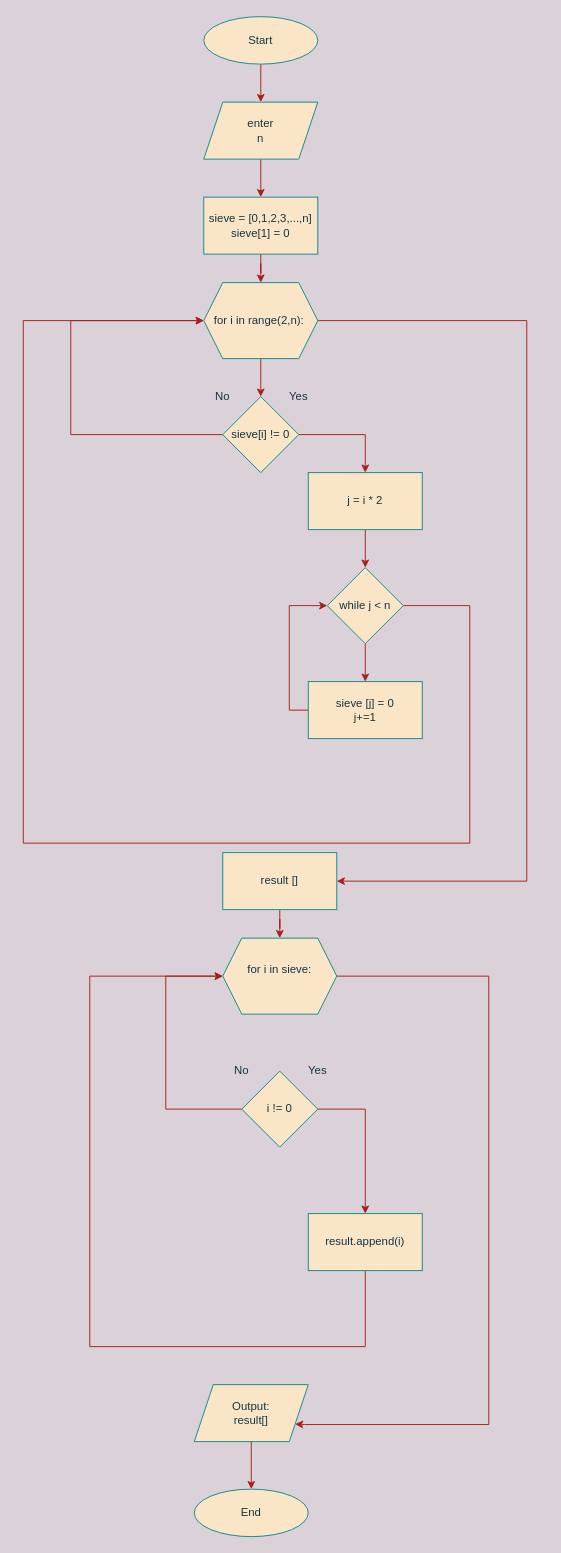
The draw.io diagram page "DZ5" (5 of 9) of Learning-Python/Algorithms-Data Structures/LoopsRecurtionsFunctions/Homework/DZ.drawio in IgnatikVodichka/Python-Projects, before the edit. Source tidied: cells renumbered, new cells numbered last; positions are measured from the earlier drawing's top-left corner, leaving out a move shared by most shapes. Both pictures are drawn from the tidied source at 95%, with x=0, y=0 at pixel (23, 16).
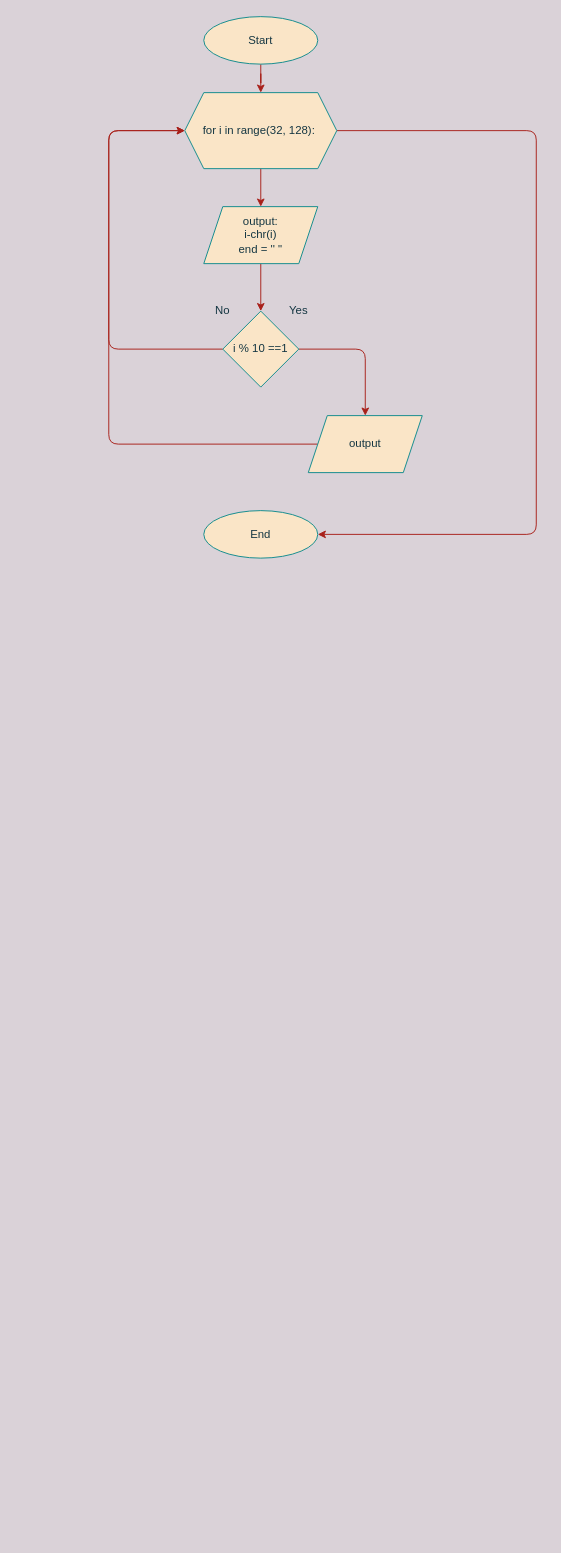
After the change.

Unchanged cells that the change refers to:
```xml
<mxCell id="3" value="Start" style="ellipse;whiteSpace=wrap;html=1;fillColor=#FAE5C7;strokeColor=#0F8B8D;fontColor=#143642;" parent="1" vertex="1">
  <mxGeometry x="190" width="120" height="50" as="geometry" />
</mxCell>
```

Change to the diagram source:
```diff
@@
-    <mxCell id="2" style="edgeStyle=orthogonalEdgeStyle;rounded=0;jettySize=auto;html=1;entryX=0.5;entryY=0;entryDx=0;entryDy=0;labelBackgroundColor=#DAD2D8;strokeColor=#A8201A;fontColor=#143642;" parent="1" edge="1" source="3">
-      <mxGeometry relative="1" as="geometry">
-        <mxPoint x="250" y="90" as="targetPoint" />
-      </mxGeometry>
-    </mxCell>
+    <mxCell id="37" style="edgeStyle=orthogonalEdgeStyle;rounded=0;jettySize=auto;html=1;labelBackgroundColor=#DAD2D8;strokeColor=#A8201A;fontColor=#143642;" parent="1" edge="1" source="3" target="10">
+      <mxGeometry relative="1" as="geometry" />
+    </mxCell>
@@
-    <mxCell id="4" style="edgeStyle=orthogonalEdgeStyle;rounded=0;jettySize=auto;html=1;entryX=0.5;entryY=0;entryDx=0;entryDy=0;labelBackgroundColor=#DAD2D8;strokeColor=#A8201A;fontColor=#143642;" parent="1" edge="1" source="5" target="7">
-      <mxGeometry relative="1" as="geometry" />
-    </mxCell>
+    <mxCell id="38" style="edgeStyle=orthogonalEdgeStyle;curved=0;rounded=1;sketch=0;jettySize=auto;html=1;entryX=0.5;entryY=0;entryDx=0;entryDy=0;strokeColor=#A8201A;fillColor=#FAE5C7;fontColor=#143642;" parent="1" edge="1" source="5" target="13">
+      <mxGeometry relative="1" as="geometry" />
+    </mxCell>
-    <mxCell id="5" value="enter&lt;br&gt;n" style="shape=parallelogram;perimeter=parallelogramPerimeter;whiteSpace=wrap;html=1;fixedSize=1;fillColor=#FAE5C7;strokeColor=#0F8B8D;fontColor=#143642;" parent="1" vertex="1">
-      <mxGeometry x="190" y="90" width="120" height="60" as="geometry" />
+    <mxCell id="5" value="output:&lt;br&gt;i-chr(i)&lt;br&gt;end = '' &quot;" style="shape=parallelogram;perimeter=parallelogramPerimeter;whiteSpace=wrap;html=1;fixedSize=1;fillColor=#FAE5C7;strokeColor=#0F8B8D;fontColor=#143642;" parent="1" vertex="1">
+      <mxGeometry x="190" y="200" width="120" height="60" as="geometry" />
     </mxCell>
-    <mxCell id="6" style="edgeStyle=orthogonalEdgeStyle;rounded=0;jettySize=auto;html=1;entryX=0.5;entryY=0;entryDx=0;entryDy=0;labelBackgroundColor=#DAD2D8;strokeColor=#A8201A;fontColor=#143642;" parent="1" edge="1" source="7" target="10">
-      <mxGeometry relative="1" as="geometry" />
-    </mxCell>
-    <mxCell id="7" value="sieve = [0,1,2,3,...,n]&lt;br&gt;sieve[1] = 0" style="rounded=0;whiteSpace=wrap;html=1;fillColor=#FAE5C7;strokeColor=#0F8B8D;fontColor=#143642;" parent="1" vertex="1">
-      <mxGeometry x="190" y="190" width="120" height="60" as="geometry" />
-    </mxCell>
-    <mxCell id="8" style="edgeStyle=orthogonalEdgeStyle;rounded=0;jettySize=auto;html=1;entryX=0.5;entryY=0;entryDx=0;entryDy=0;labelBackgroundColor=#DAD2D8;strokeColor=#A8201A;fontColor=#143642;" parent="1" edge="1" source="10" target="13">
-      <mxGeometry relative="1" as="geometry" />
-    </mxCell>
-    <mxCell id="9" style="edgeStyle=orthogonalEdgeStyle;rounded=0;jettySize=auto;html=1;labelBackgroundColor=#DAD2D8;strokeColor=#A8201A;fontColor=#143642;" parent="1" edge="1" source="10">
-      <mxGeometry relative="1" as="geometry">
-        <mxPoint x="330" y="910" as="targetPoint" />
-        <Array as="points">
-          <mxPoint x="530" y="320" />
-          <mxPoint x="530" y="910" />
-          <mxPoint x="330" y="910" />
-        </Array>
-      </mxGeometry>
-    </mxCell>
+    <mxCell id="39" style="edgeStyle=orthogonalEdgeStyle;curved=0;rounded=1;sketch=0;jettySize=auto;html=1;entryX=1;entryY=0.5;entryDx=0;entryDy=0;strokeColor=#A8201A;fillColor=#FAE5C7;fontColor=#143642;" parent="1" edge="1" source="10" target="36">
+      <mxGeometry relative="1" as="geometry">
+        <Array as="points">
+          <mxPoint x="540" y="120" />
+          <mxPoint x="540" y="545" />
+        </Array>
+      </mxGeometry>
+    </mxCell>
+    <mxCell id="40" style="edgeStyle=orthogonalEdgeStyle;curved=0;rounded=1;sketch=0;jettySize=auto;html=1;entryX=0.5;entryY=0;entryDx=0;entryDy=0;strokeColor=#A8201A;fillColor=#FAE5C7;fontColor=#143642;" parent="1" edge="1" source="10" target="5">
+      <mxGeometry relative="1" as="geometry" />
+    </mxCell>
-    <mxCell id="10" value="for i in range(2,n):&amp;nbsp;" style="shape=hexagon;perimeter=hexagonPerimeter2;whiteSpace=wrap;html=1;fixedSize=1;fillColor=#FAE5C7;strokeColor=#0F8B8D;fontColor=#143642;" parent="1" vertex="1">
-      <mxGeometry x="190" y="280" width="120" height="80" as="geometry" />
+    <mxCell id="10" value="for i in range(32, 128):&amp;nbsp;" style="shape=hexagon;perimeter=hexagonPerimeter2;whiteSpace=wrap;html=1;fixedSize=1;fillColor=#FAE5C7;strokeColor=#0F8B8D;fontColor=#143642;" parent="1" vertex="1">
+      <mxGeometry x="170" y="80" width="160" height="80" as="geometry" />
     </mxCell>
-    <mxCell id="11" style="edgeStyle=orthogonalEdgeStyle;rounded=0;jettySize=auto;html=1;entryX=0.5;entryY=0;entryDx=0;entryDy=0;labelBackgroundColor=#DAD2D8;strokeColor=#A8201A;fontColor=#143642;" parent="1" edge="1" source="13" target="17">
-      <mxGeometry relative="1" as="geometry" />
-    </mxCell>
+    <mxCell id="41" style="edgeStyle=orthogonalEdgeStyle;curved=0;rounded=1;sketch=0;jettySize=auto;html=1;entryX=0.5;entryY=0;entryDx=0;entryDy=0;strokeColor=#A8201A;fillColor=#FAE5C7;fontColor=#143642;" parent="1" edge="1" source="13" target="43">
+      <mxGeometry relative="1" as="geometry" />
+    </mxCell>
-    <mxCell id="12" style="edgeStyle=orthogonalEdgeStyle;rounded=0;jettySize=auto;html=1;entryX=0;entryY=0.5;entryDx=0;entryDy=0;labelBackgroundColor=#DAD2D8;strokeColor=#A8201A;fontColor=#143642;" parent="1" edge="1" source="13" target="10">
+    <mxCell id="12" style="edgeStyle=orthogonalEdgeStyle;curved=0;rounded=1;sketch=0;jettySize=auto;html=1;entryX=0;entryY=0.5;entryDx=0;entryDy=0;strokeColor=#A8201A;fillColor=#FAE5C7;fontColor=#143642;" parent="1" edge="1" source="13" target="10">
       <mxGeometry relative="1" as="geometry">
         <Array as="points">
-          <mxPoint x="50" y="440" />
-          <mxPoint x="50" y="320" />
+          <mxPoint x="90" y="350" />
+          <mxPoint x="90" y="120" />
         </Array>
       </mxGeometry>
     </mxCell>
-    <mxCell id="13" value="sieve[i] != 0" style="rhombus;whiteSpace=wrap;html=1;fillColor=#FAE5C7;strokeColor=#0F8B8D;fontColor=#143642;" parent="1" vertex="1">
-      <mxGeometry x="210" y="400" width="80" height="80" as="geometry" />
+    <mxCell id="13" value="i % 10 ==1" style="rhombus;whiteSpace=wrap;html=1;fillColor=#FAE5C7;strokeColor=#0F8B8D;fontColor=#143642;" parent="1" vertex="1">
+      <mxGeometry x="210" y="310" width="80" height="80" as="geometry" />
     </mxCell>
     <mxCell id="14" value="No" style="text;html=1;strokeColor=none;fillColor=none;align=center;verticalAlign=middle;whiteSpace=wrap;rounded=0;fontColor=#143642;" parent="1" vertex="1">
-      <mxGeometry x="190" y="390" width="40" height="20" as="geometry" />
+      <mxGeometry x="190" y="300" width="40" height="20" as="geometry" />
     </mxCell>
     <mxCell id="15" value="Yes" style="text;html=1;strokeColor=none;fillColor=none;align=center;verticalAlign=middle;whiteSpace=wrap;rounded=0;fontColor=#143642;" parent="1" vertex="1">
-      <mxGeometry x="270" y="390" width="40" height="20" as="geometry" />
+      <mxGeometry x="270" y="300" width="40" height="20" as="geometry" />
     </mxCell>
-    <mxCell id="16" style="edgeStyle=orthogonalEdgeStyle;rounded=0;jettySize=auto;html=1;entryX=0.5;entryY=0;entryDx=0;entryDy=0;labelBackgroundColor=#DAD2D8;strokeColor=#A8201A;fontColor=#143642;" parent="1" edge="1" source="17" target="20">
-      <mxGeometry relative="1" as="geometry" />
-    </mxCell>
-    <mxCell id="17" value="j = i * 2" style="rounded=0;whiteSpace=wrap;html=1;fillColor=#FAE5C7;strokeColor=#0F8B8D;fontColor=#143642;" parent="1" vertex="1">
-      <mxGeometry x="300" y="480" width="120" height="60" as="geometry" />
-    </mxCell>
-    <mxCell id="18" style="edgeStyle=orthogonalEdgeStyle;rounded=0;jettySize=auto;html=1;entryX=0.5;entryY=0;entryDx=0;entryDy=0;labelBackgroundColor=#DAD2D8;strokeColor=#A8201A;fontColor=#143642;" parent="1" edge="1" source="20" target="22">
-      <mxGeometry relative="1" as="geometry" />
-    </mxCell>
-    <mxCell id="19" style="edgeStyle=orthogonalEdgeStyle;rounded=0;jettySize=auto;html=1;entryX=0;entryY=0.5;entryDx=0;entryDy=0;labelBackgroundColor=#DAD2D8;strokeColor=#A8201A;fontColor=#143642;" parent="1" edge="1" source="20" target="10">
-      <mxGeometry relative="1" as="geometry">
-        <Array as="points">
-          <mxPoint x="470" y="620" />
-          <mxPoint x="470" y="870" />
-          <mxPoint y="870" />
-          <mxPoint y="320" />
-        </Array>
-      </mxGeometry>
-    </mxCell>
-    <mxCell id="20" value="while j &amp;lt; n" style="rhombus;whiteSpace=wrap;html=1;fillColor=#FAE5C7;strokeColor=#0F8B8D;fontColor=#143642;" parent="1" vertex="1">
-      <mxGeometry x="320" y="580" width="80" height="80" as="geometry" />
-    </mxCell>
-    <mxCell id="21" style="edgeStyle=orthogonalEdgeStyle;rounded=0;jettySize=auto;html=1;entryX=0;entryY=0.5;entryDx=0;entryDy=0;labelBackgroundColor=#DAD2D8;strokeColor=#A8201A;fontColor=#143642;" parent="1" edge="1" source="22" target="20">
-      <mxGeometry relative="1" as="geometry">
-        <Array as="points">
-          <mxPoint x="280" y="730" />
-          <mxPoint x="280" y="620" />
-        </Array>
-      </mxGeometry>
-    </mxCell>
-    <mxCell id="22" value="sieve [j] = 0&lt;br&gt;j+=1" style="rounded=0;whiteSpace=wrap;html=1;fillColor=#FAE5C7;strokeColor=#0F8B8D;fontColor=#143642;" parent="1" vertex="1">
-      <mxGeometry x="300" y="700" width="120" height="60" as="geometry" />
-    </mxCell>
-    <mxCell id="23" style="edgeStyle=orthogonalEdgeStyle;rounded=0;jettySize=auto;html=1;entryX=0.5;entryY=0;entryDx=0;entryDy=0;labelBackgroundColor=#DAD2D8;strokeColor=#A8201A;fontColor=#143642;" parent="1" edge="1" source="24" target="26">
-      <mxGeometry relative="1" as="geometry" />
-    </mxCell>
-    <mxCell id="24" value="result []" style="rounded=0;whiteSpace=wrap;html=1;fillColor=#FAE5C7;strokeColor=#0F8B8D;fontColor=#143642;" parent="1" vertex="1">
-      <mxGeometry x="210" y="880" width="120" height="60" as="geometry" />
-    </mxCell>
-    <mxCell id="25" style="edgeStyle=orthogonalEdgeStyle;rounded=0;jettySize=auto;html=1;entryX=1;entryY=0.75;entryDx=0;entryDy=0;labelBackgroundColor=#DAD2D8;strokeColor=#A8201A;fontColor=#143642;" parent="1" edge="1" source="26" target="35">
-      <mxGeometry relative="1" as="geometry">
-        <Array as="points">
-          <mxPoint x="490" y="1010" />
-          <mxPoint x="490" y="1482" />
-          <mxPoint x="296" y="1482" />
-        </Array>
-      </mxGeometry>
-    </mxCell>
-    <mxCell id="26" value="for i in sieve:&lt;br&gt;&amp;nbsp;" style="shape=hexagon;perimeter=hexagonPerimeter2;whiteSpace=wrap;html=1;fixedSize=1;fillColor=#FAE5C7;strokeColor=#0F8B8D;fontColor=#143642;" parent="1" vertex="1">
-      <mxGeometry x="210" y="970" width="120" height="80" as="geometry" />
-    </mxCell>
-    <mxCell id="27" style="edgeStyle=orthogonalEdgeStyle;rounded=0;jettySize=auto;html=1;entryX=0.5;entryY=0;entryDx=0;entryDy=0;labelBackgroundColor=#DAD2D8;strokeColor=#A8201A;fontColor=#143642;" parent="1" edge="1" source="29" target="33">
-      <mxGeometry relative="1" as="geometry">
-        <Array as="points">
-          <mxPoint x="360" y="1150" />
-        </Array>
-      </mxGeometry>
-    </mxCell>
-    <mxCell id="28" style="edgeStyle=orthogonalEdgeStyle;rounded=0;jettySize=auto;html=1;entryX=0;entryY=0.5;entryDx=0;entryDy=0;labelBackgroundColor=#DAD2D8;strokeColor=#A8201A;fontColor=#143642;" parent="1" edge="1" source="29" target="26">
-      <mxGeometry relative="1" as="geometry">
-        <Array as="points">
-          <mxPoint x="150" y="1150" />
-          <mxPoint x="150" y="1010" />
-        </Array>
-      </mxGeometry>
-    </mxCell>
-    <mxCell id="29" value="i != 0" style="rhombus;whiteSpace=wrap;html=1;fillColor=#FAE5C7;strokeColor=#0F8B8D;fontColor=#143642;" parent="1" vertex="1">
-      <mxGeometry x="230" y="1110" width="80" height="80" as="geometry" />
-    </mxCell>
-    <mxCell id="30" value="No" style="text;html=1;strokeColor=none;fillColor=none;align=center;verticalAlign=middle;whiteSpace=wrap;rounded=0;fontColor=#143642;" parent="1" vertex="1">
-      <mxGeometry x="210" y="1100" width="40" height="20" as="geometry" />
-    </mxCell>
-    <mxCell id="31" value="Yes" style="text;html=1;strokeColor=none;fillColor=none;align=center;verticalAlign=middle;whiteSpace=wrap;rounded=0;fontColor=#143642;" parent="1" vertex="1">
-      <mxGeometry x="290" y="1100" width="40" height="20" as="geometry" />
-    </mxCell>
-    <mxCell id="32" style="edgeStyle=orthogonalEdgeStyle;rounded=0;jettySize=auto;html=1;entryX=0;entryY=0.5;entryDx=0;entryDy=0;labelBackgroundColor=#DAD2D8;strokeColor=#A8201A;fontColor=#143642;" parent="1" edge="1" source="33" target="26">
-      <mxGeometry relative="1" as="geometry">
-        <Array as="points">
-          <mxPoint x="360" y="1400" />
-          <mxPoint x="70" y="1400" />
-          <mxPoint x="70" y="1010" />
-        </Array>
-      </mxGeometry>
-    </mxCell>
-    <mxCell id="33" value="result.append(i)" style="rounded=0;whiteSpace=wrap;html=1;fillColor=#FAE5C7;strokeColor=#0F8B8D;fontColor=#143642;" parent="1" vertex="1">
-      <mxGeometry x="300" y="1260" width="120" height="60" as="geometry" />
-    </mxCell>
-    <mxCell id="34" style="edgeStyle=orthogonalEdgeStyle;rounded=0;jettySize=auto;html=1;entryX=0.5;entryY=0;entryDx=0;entryDy=0;labelBackgroundColor=#DAD2D8;strokeColor=#A8201A;fontColor=#143642;" parent="1" edge="1" source="35" target="36">
-      <mxGeometry relative="1" as="geometry" />
-    </mxCell>
-    <mxCell id="35" value="Output:&lt;br&gt;result[]" style="shape=parallelogram;perimeter=parallelogramPerimeter;whiteSpace=wrap;html=1;fixedSize=1;fillColor=#FAE5C7;strokeColor=#0F8B8D;fontColor=#143642;" parent="1" vertex="1">
-      <mxGeometry x="180" y="1440" width="120" height="60" as="geometry" />
-    </mxCell>
     <mxCell id="36" value="End" style="ellipse;whiteSpace=wrap;html=1;fillColor=#FAE5C7;strokeColor=#0F8B8D;fontColor=#143642;" parent="1" vertex="1">
-      <mxGeometry x="180" y="1550" width="120" height="50" as="geometry" />
+      <mxGeometry x="190" y="520" width="120" height="50" as="geometry" />
     </mxCell>
+    <mxCell id="42" style="edgeStyle=orthogonalEdgeStyle;curved=0;rounded=1;sketch=0;jettySize=auto;html=1;entryX=0;entryY=0.5;entryDx=0;entryDy=0;strokeColor=#A8201A;fillColor=#FAE5C7;fontColor=#143642;" parent="1" edge="1" source="43" target="10">
+      <mxGeometry relative="1" as="geometry">
+        <Array as="points">
+          <mxPoint x="90" y="450" />
+          <mxPoint x="90" y="120" />
+        </Array>
+      </mxGeometry>
+    </mxCell>
+    <mxCell id="43" value="output" style="shape=parallelogram;perimeter=parallelogramPerimeter;whiteSpace=wrap;html=1;fixedSize=1;fillColor=#FAE5C7;strokeColor=#0F8B8D;fontColor=#143642;" parent="1" vertex="1">
+      <mxGeometry x="300" y="420" width="120" height="60" as="geometry" />
+    </mxCell>
```
